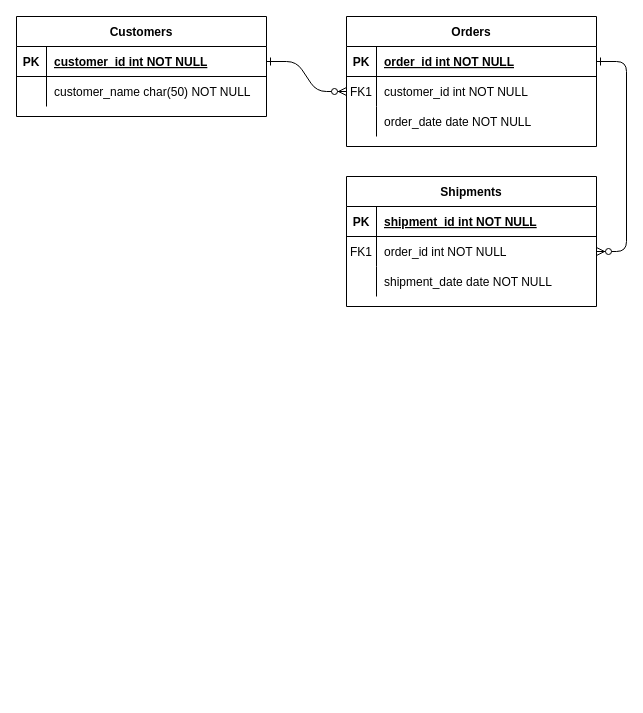
Earlier version of the draw.io diagram pertemuan3/Untitled Diagram.drawio (Nurrohman10/IF214002). Source tidied: cells renumbered, new cells numbered last; positions are measured from the earlier drawing's top-left corner, leaving out a move shared by most shapes. Both pictures are drawn from the tidied source at 100%, with x=0, y=0 at pixel (16, 16).
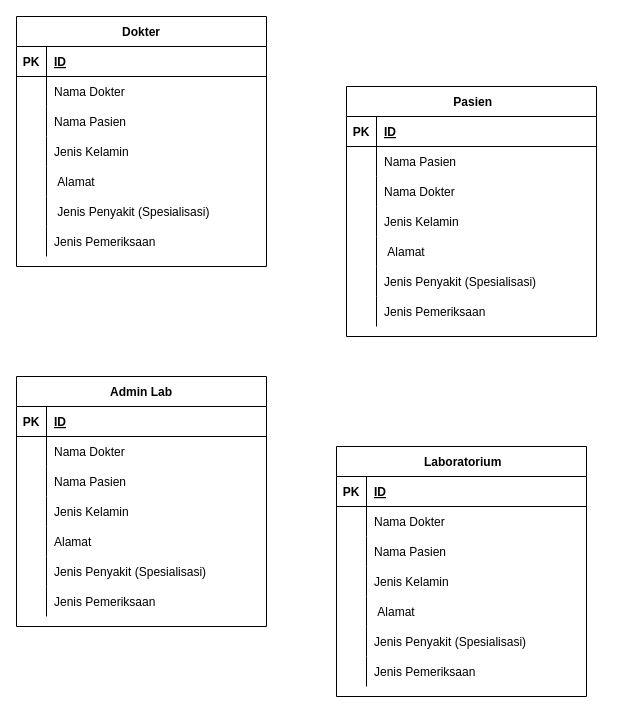
The same page after the edit.

The change refers to these unchanged cells:
```xml
<mxCell id="5" style="shape=partialRectangle;fillColor=none;points=[[0,0.5],[1,0.5]];portConstraint=eastwest;top=0;left=0;right=0;bottom=1;" parent="4" vertex="1">
  <mxGeometry y="30" width="250" height="30" as="geometry" />
</mxCell>
<mxCell id="8" style="shape=partialRectangle;fillColor=none;points=[[0,0.5],[1,0.5]];portConstraint=eastwest;top=0;left=0;right=0;bottom=0;" parent="4" vertex="1">
  <mxGeometry y="60" width="250" height="30" as="geometry" />
</mxCell>
<mxCell id="11" style="shape=partialRectangle;fillColor=none;top=0;left=0;right=0;bottom=0;" parent="4" vertex="1">
  <mxGeometry y="90" width="250" height="30" as="geometry" />
</mxCell>
<mxCell id="15" style="shape=partialRectangle;fillColor=none;top=0;left=0;right=0;bottom=1;" parent="14" vertex="1">
  <mxGeometry y="30" width="250" height="30" as="geometry" />
</mxCell>
<mxCell id="18" style="shape=partialRectangle;fillColor=none;points=[[0,0.5],[1,0.5]];portConstraint=eastwest;top=0;left=0;right=0;bottom=0;" parent="14" vertex="1">
  <mxGeometry y="60" width="250" height="30" as="geometry" />
</mxCell>
<mxCell id="21" style="shape=partialRectangle;fillColor=none;top=0;left=0;right=0;bottom=0;" parent="14" vertex="1">
  <mxGeometry y="90" width="250" height="30" as="geometry" />
</mxCell>
<mxCell id="25" style="shape=partialRectangle;fillColor=none;points=[[0,0.5],[1,0.5]];portConstraint=eastwest;top=0;left=0;right=0;bottom=1;" parent="24" vertex="1">
  <mxGeometry y="30" width="250" height="30" as="geometry" />
</mxCell>
<mxCell id="28" style="shape=partialRectangle;fillColor=none;top=0;left=0;right=0;bottom=0;" parent="24" vertex="1">
  <mxGeometry y="60" width="250" height="30" as="geometry" />
</mxCell>
```

Change to the diagram source:
```diff
@@
-    <mxCell id="2" style="edgeStyle=entityRelationEdgeStyle;endArrow=ERzeroToMany;startArrow=ERone;endFill=1;startFill=0;" parent="1" edge="1" source="25" target="8">
-      <mxGeometry relative="1" as="geometry" />
-    </mxCell>
-    <mxCell id="3" style="edgeStyle=entityRelationEdgeStyle;endArrow=ERzeroToMany;startArrow=ERone;endFill=1;startFill=0;" parent="1" edge="1" source="5" target="18">
-      <mxGeometry relative="1" as="geometry" />
-    </mxCell>
-    <mxCell id="4" value="Orders" style="shape=table;startSize=30;childLayout=tableLayout;rowLines=0;fontStyle=1;align=center;" parent="1" vertex="1">
-      <mxGeometry x="330" width="250" height="130" as="geometry" />
+    <mxCell id="4" value=" Pasien" style="shape=table;startSize=30;childLayout=tableLayout;rowLines=0;fontStyle=1;align=center;" parent="1" vertex="1">
+      <mxGeometry x="330" y="70" width="250" height="250" as="geometry" />
     </mxCell>
@@
-    <mxCell id="7" value="order_id int NOT NULL " style="shape=partialRectangle;overflow=hidden;fillColor=none;top=0;left=0;bottom=0;right=0;align=left;spacingLeft=6;fontStyle=5;" parent="5" vertex="1">
+    <mxCell id="7" value="ID" style="shape=partialRectangle;overflow=hidden;fillColor=none;top=0;left=0;bottom=0;right=0;align=left;spacingLeft=6;fontStyle=5;" parent="5" vertex="1">
       <mxGeometry x="30" width="220" height="30" as="geometry" />
     </mxCell>
@@
-    <mxCell id="9" value="FK1" style="shape=partialRectangle;overflow=hidden;fillColor=none;top=0;left=0;bottom=0;right=0;" parent="8" vertex="1">
+    <mxCell id="9" style="shape=partialRectangle;overflow=hidden;fillColor=none;top=0;left=0;bottom=0;right=0;" parent="8" vertex="1">
       <mxGeometry width="30" height="30" as="geometry" />
     </mxCell>
-    <mxCell id="10" value="customer_id int NOT NULL" style="shape=partialRectangle;overflow=hidden;fillColor=none;top=0;left=0;bottom=0;right=0;align=left;spacingLeft=6;" parent="8" vertex="1">
+    <mxCell id="10" value="Nama Pasien" style="shape=partialRectangle;overflow=hidden;fillColor=none;top=0;left=0;bottom=0;right=0;align=left;spacingLeft=6;" parent="8" vertex="1">
       <mxGeometry x="30" width="220" height="30" as="geometry" />
     </mxCell>
@@
-    <mxCell id="13" value="order_date date NOT NULL" style="shape=partialRectangle;overflow=hidden;fillColor=none;top=0;left=0;bottom=0;right=0;align=left;spacingLeft=6;" parent="11" vertex="1">
+    <mxCell id="13" value="Nama Dokter" style="shape=partialRectangle;overflow=hidden;fillColor=none;top=0;left=0;bottom=0;right=0;align=left;spacingLeft=6;" parent="11" vertex="1">
       <mxGeometry x="30" width="220" height="30" as="geometry" />
     </mxCell>
+    <mxCell id="31" style="shape=partialRectangle;fillColor=none;top=0;left=0;right=0;bottom=0;" parent="4" vertex="1">
+      <mxGeometry y="120" width="250" height="30" as="geometry" />
+    </mxCell>
+    <mxCell id="32" style="shape=partialRectangle;overflow=hidden;fillColor=none;top=0;left=0;bottom=0;right=0;" parent="31" vertex="1">
+      <mxGeometry width="30" height="30" as="geometry" />
+    </mxCell>
+    <mxCell id="33" value="Jenis Kelamin" style="shape=partialRectangle;overflow=hidden;fillColor=none;top=0;left=0;bottom=0;right=0;align=left;spacingLeft=6;" parent="31" vertex="1">
+      <mxGeometry x="30" width="220" height="30" as="geometry" />
+    </mxCell>
+    <mxCell id="34" style="shape=partialRectangle;fillColor=none;top=0;left=0;right=0;bottom=0;" parent="4" vertex="1">
+      <mxGeometry y="150" width="250" height="30" as="geometry" />
+    </mxCell>
+    <mxCell id="35" style="shape=partialRectangle;overflow=hidden;fillColor=none;top=0;left=0;bottom=0;right=0;" parent="34" vertex="1">
+      <mxGeometry width="30" height="30" as="geometry" />
+    </mxCell>
+    <mxCell id="36" value=" Alamat" style="shape=partialRectangle;overflow=hidden;fillColor=none;top=0;left=0;bottom=0;right=0;align=left;spacingLeft=6;" parent="34" vertex="1">
+      <mxGeometry x="30" width="220" height="30" as="geometry" />
+    </mxCell>
+    <mxCell id="37" style="shape=partialRectangle;fillColor=none;top=0;left=0;right=0;bottom=0;" parent="4" vertex="1">
+      <mxGeometry y="180" width="250" height="30" as="geometry" />
+    </mxCell>
+    <mxCell id="38" style="shape=partialRectangle;overflow=hidden;fillColor=none;top=0;left=0;bottom=0;right=0;" parent="37" vertex="1">
+      <mxGeometry width="30" height="30" as="geometry" />
+    </mxCell>
+    <mxCell id="39" value="Jenis Penyakit (Spesialisasi)" style="shape=partialRectangle;overflow=hidden;fillColor=none;top=0;left=0;bottom=0;right=0;align=left;spacingLeft=6;" parent="37" vertex="1">
+      <mxGeometry x="30" width="220" height="30" as="geometry" />
+    </mxCell>
+    <mxCell id="40" style="shape=partialRectangle;fillColor=none;top=0;left=0;right=0;bottom=0;" parent="4" vertex="1">
+      <mxGeometry y="210" width="250" height="30" as="geometry" />
+    </mxCell>
+    <mxCell id="41" style="shape=partialRectangle;overflow=hidden;fillColor=none;top=0;left=0;bottom=0;right=0;" parent="40" vertex="1">
+      <mxGeometry width="30" height="30" as="geometry" />
+    </mxCell>
+    <mxCell id="42" value="Jenis Pemeriksaan" style="shape=partialRectangle;overflow=hidden;fillColor=none;top=0;left=0;bottom=0;right=0;align=left;spacingLeft=6;" parent="40" vertex="1">
+      <mxGeometry x="30" width="220" height="30" as="geometry" />
+    </mxCell>
-    <mxCell id="14" value="Shipments" style="shape=table;startSize=30;childLayout=tableLayout;rowLines=0;fontStyle=1;align=center;" parent="1" vertex="1">
-      <mxGeometry x="330" y="160" width="250" height="130" as="geometry" />
+    <mxCell id="14" value=" Laboratorium" style="shape=table;startSize=30;childLayout=tableLayout;rowLines=0;fontStyle=1;align=center;" parent="1" vertex="1">
+      <mxGeometry x="320" y="430" width="250" height="250" as="geometry" />
     </mxCell>
@@
-    <mxCell id="17" value="shipment_id int NOT NULL " style="shape=partialRectangle;overflow=hidden;fillColor=none;top=0;left=0;bottom=0;right=0;align=left;spacingLeft=6;fontStyle=5;" parent="15" vertex="1">
+    <mxCell id="17" value="ID" style="shape=partialRectangle;overflow=hidden;fillColor=none;top=0;left=0;bottom=0;right=0;align=left;spacingLeft=6;fontStyle=5;" parent="15" vertex="1">
       <mxGeometry x="30" width="220" height="30" as="geometry" />
     </mxCell>
@@
-    <mxCell id="19" value="FK1" style="shape=partialRectangle;overflow=hidden;fillColor=none;top=0;left=0;bottom=0;right=0;" parent="18" vertex="1">
+    <mxCell id="19" style="shape=partialRectangle;overflow=hidden;fillColor=none;top=0;left=0;bottom=0;right=0;" parent="18" vertex="1">
       <mxGeometry width="30" height="30" as="geometry" />
     </mxCell>
-    <mxCell id="20" value="order_id int NOT NULL" style="shape=partialRectangle;overflow=hidden;fillColor=none;top=0;left=0;bottom=0;right=0;align=left;spacingLeft=6;" parent="18" vertex="1">
+    <mxCell id="20" value="Nama Dokter" style="shape=partialRectangle;overflow=hidden;fillColor=none;top=0;left=0;bottom=0;right=0;align=left;spacingLeft=6;" parent="18" vertex="1">
       <mxGeometry x="30" width="220" height="30" as="geometry" />
     </mxCell>
@@
-    <mxCell id="23" value="shipment_date date NOT NULL" style="shape=partialRectangle;overflow=hidden;fillColor=none;top=0;left=0;bottom=0;right=0;align=left;spacingLeft=6;" parent="21" vertex="1">
+    <mxCell id="23" value="Nama Pasien" style="shape=partialRectangle;overflow=hidden;fillColor=none;top=0;left=0;bottom=0;right=0;align=left;spacingLeft=6;" parent="21" vertex="1">
       <mxGeometry x="30" width="220" height="30" as="geometry" />
     </mxCell>
+    <mxCell id="43" style="shape=partialRectangle;fillColor=none;top=0;left=0;right=0;bottom=0;" parent="14" vertex="1">
+      <mxGeometry y="120" width="250" height="30" as="geometry" />
+    </mxCell>
+    <mxCell id="44" style="shape=partialRectangle;overflow=hidden;fillColor=none;top=0;left=0;bottom=0;right=0;" parent="43" vertex="1">
+      <mxGeometry width="30" height="30" as="geometry" />
+    </mxCell>
+    <mxCell id="45" value="Jenis Kelamin" style="shape=partialRectangle;overflow=hidden;fillColor=none;top=0;left=0;bottom=0;right=0;align=left;spacingLeft=6;" parent="43" vertex="1">
+      <mxGeometry x="30" width="220" height="30" as="geometry" />
+    </mxCell>
+    <mxCell id="46" style="shape=partialRectangle;fillColor=none;top=0;left=0;right=0;bottom=0;" parent="14" vertex="1">
+      <mxGeometry y="150" width="250" height="30" as="geometry" />
+    </mxCell>
+    <mxCell id="47" style="shape=partialRectangle;overflow=hidden;fillColor=none;top=0;left=0;bottom=0;right=0;" parent="46" vertex="1">
+      <mxGeometry width="30" height="30" as="geometry" />
+    </mxCell>
+    <mxCell id="48" value=" Alamat" style="shape=partialRectangle;overflow=hidden;fillColor=none;top=0;left=0;bottom=0;right=0;align=left;spacingLeft=6;" parent="46" vertex="1">
+      <mxGeometry x="30" width="220" height="30" as="geometry" />
+    </mxCell>
+    <mxCell id="49" style="shape=partialRectangle;fillColor=none;top=0;left=0;right=0;bottom=0;" parent="14" vertex="1">
+      <mxGeometry y="180" width="250" height="30" as="geometry" />
+    </mxCell>
+    <mxCell id="50" style="shape=partialRectangle;overflow=hidden;fillColor=none;top=0;left=0;bottom=0;right=0;" parent="49" vertex="1">
+      <mxGeometry width="30" height="30" as="geometry" />
+    </mxCell>
+    <mxCell id="51" value="Jenis Penyakit (Spesialisasi)" style="shape=partialRectangle;overflow=hidden;fillColor=none;top=0;left=0;bottom=0;right=0;align=left;spacingLeft=6;" parent="49" vertex="1">
+      <mxGeometry x="30" width="220" height="30" as="geometry" />
+    </mxCell>
+    <mxCell id="52" style="shape=partialRectangle;fillColor=none;top=0;left=0;right=0;bottom=0;" parent="14" vertex="1">
+      <mxGeometry y="210" width="250" height="30" as="geometry" />
+    </mxCell>
+    <mxCell id="53" style="shape=partialRectangle;overflow=hidden;fillColor=none;top=0;left=0;bottom=0;right=0;" parent="52" vertex="1">
+      <mxGeometry width="30" height="30" as="geometry" />
+    </mxCell>
+    <mxCell id="54" value="Jenis Pemeriksaan" style="shape=partialRectangle;overflow=hidden;fillColor=none;top=0;left=0;bottom=0;right=0;align=left;spacingLeft=6;" parent="52" vertex="1">
+      <mxGeometry x="30" width="220" height="30" as="geometry" />
+    </mxCell>
-    <mxCell id="24" value="Customers" style="shape=table;startSize=30;childLayout=tableLayout;rowLines=0;fontStyle=1;align=center;" parent="1" vertex="1">
-      <mxGeometry width="250" height="100" as="geometry" />
+    <mxCell id="24" value="Dokter" style="shape=table;startSize=30;childLayout=tableLayout;rowLines=0;fontStyle=1;align=center;" parent="1" vertex="1">
+      <mxGeometry width="250" height="250" as="geometry" />
     </mxCell>
@@
-    <mxCell id="27" value="customer_id int NOT NULL " style="shape=partialRectangle;overflow=hidden;fillColor=none;top=0;left=0;bottom=0;right=0;align=left;spacingLeft=6;fontStyle=5;" parent="25" vertex="1">
+    <mxCell id="27" value="ID" style="shape=partialRectangle;overflow=hidden;fillColor=none;top=0;left=0;bottom=0;right=0;align=left;spacingLeft=6;fontStyle=5;" parent="25" vertex="1">
       <mxGeometry x="30" width="220" height="30" as="geometry" />
     </mxCell>
@@
-    <mxCell id="30" value="customer_name char(50) NOT NULL" style="shape=partialRectangle;overflow=hidden;fillColor=none;top=0;left=0;bottom=0;right=0;align=left;spacingLeft=6;" parent="28" vertex="1">
+    <mxCell id="30" value="Nama Dokter" style="shape=partialRectangle;overflow=hidden;fillColor=none;top=0;left=0;bottom=0;right=0;align=left;spacingLeft=6;" parent="28" vertex="1">
       <mxGeometry x="30" width="220" height="30" as="geometry" />
     </mxCell>
+    <mxCell id="55" style="shape=partialRectangle;fillColor=none;top=0;left=0;right=0;bottom=0;" parent="24" vertex="1">
+      <mxGeometry y="90" width="250" height="30" as="geometry" />
+    </mxCell>
+    <mxCell id="56" style="shape=partialRectangle;overflow=hidden;fillColor=none;top=0;left=0;bottom=0;right=0;" parent="55" vertex="1">
+      <mxGeometry width="30" height="30" as="geometry" />
+    </mxCell>
+    <mxCell id="57" value="Nama Pasien" style="shape=partialRectangle;overflow=hidden;fillColor=none;top=0;left=0;bottom=0;right=0;align=left;spacingLeft=6;" parent="55" vertex="1">
+      <mxGeometry x="30" width="220" height="30" as="geometry" />
+    </mxCell>
+    <mxCell id="58" style="shape=partialRectangle;fillColor=none;top=0;left=0;right=0;bottom=0;" parent="24" vertex="1">
+      <mxGeometry y="120" width="250" height="30" as="geometry" />
+    </mxCell>
+    <mxCell id="59" style="shape=partialRectangle;overflow=hidden;fillColor=none;top=0;left=0;bottom=0;right=0;" parent="58" vertex="1">
+      <mxGeometry width="30" height="30" as="geometry" />
+    </mxCell>
+    <mxCell id="60" value="Jenis Kelamin" style="shape=partialRectangle;overflow=hidden;fillColor=none;top=0;left=0;bottom=0;right=0;align=left;spacingLeft=6;" parent="58" vertex="1">
+      <mxGeometry x="30" width="220" height="30" as="geometry" />
+    </mxCell>
+    <mxCell id="61" style="shape=partialRectangle;fillColor=none;top=0;left=0;right=0;bottom=0;" parent="24" vertex="1">
+      <mxGeometry y="150" width="250" height="30" as="geometry" />
+    </mxCell>
+    <mxCell id="62" style="shape=partialRectangle;overflow=hidden;fillColor=none;top=0;left=0;bottom=0;right=0;" parent="61" vertex="1">
+      <mxGeometry width="30" height="30" as="geometry" />
+    </mxCell>
+    <mxCell id="63" value=" Alamat" style="shape=partialRectangle;overflow=hidden;fillColor=none;top=0;left=0;bottom=0;right=0;align=left;spacingLeft=6;" parent="61" vertex="1">
+      <mxGeometry x="30" width="220" height="30" as="geometry" />
+    </mxCell>
+    <mxCell id="64" style="shape=partialRectangle;fillColor=none;top=0;left=0;right=0;bottom=0;" parent="24" vertex="1">
+      <mxGeometry y="180" width="250" height="30" as="geometry" />
+    </mxCell>
+    <mxCell id="65" style="shape=partialRectangle;overflow=hidden;fillColor=none;top=0;left=0;bottom=0;right=0;" parent="64" vertex="1">
+      <mxGeometry width="30" height="30" as="geometry" />
+    </mxCell>
+    <mxCell id="66" value=" Jenis Penyakit (Spesialisasi)" style="shape=partialRectangle;overflow=hidden;fillColor=none;top=0;left=0;bottom=0;right=0;align=left;spacingLeft=6;" parent="64" vertex="1">
+      <mxGeometry x="30" width="220" height="30" as="geometry" />
+    </mxCell>
+    <mxCell id="67" style="shape=partialRectangle;fillColor=none;top=0;left=0;right=0;bottom=0;" parent="24" vertex="1">
+      <mxGeometry y="210" width="250" height="30" as="geometry" />
+    </mxCell>
+    <mxCell id="68" style="shape=partialRectangle;overflow=hidden;fillColor=none;top=0;left=0;bottom=0;right=0;" parent="67" vertex="1">
+      <mxGeometry width="30" height="30" as="geometry" />
+    </mxCell>
+    <mxCell id="69" value="Jenis Pemeriksaan" style="shape=partialRectangle;overflow=hidden;fillColor=none;top=0;left=0;bottom=0;right=0;align=left;spacingLeft=6;" parent="67" vertex="1">
+      <mxGeometry x="30" width="220" height="30" as="geometry" />
+    </mxCell>
+    <mxCell id="70" value="Admin Lab" style="shape=table;startSize=30;childLayout=tableLayout;rowLines=0;fontStyle=1;align=center;" parent="1" vertex="1">
+      <mxGeometry y="360" width="250" height="250" as="geometry" />
+    </mxCell>
+    <mxCell id="71" style="shape=partialRectangle;fillColor=none;top=0;left=0;right=0;bottom=1;" parent="70" vertex="1">
+      <mxGeometry y="30" width="250" height="30" as="geometry" />
+    </mxCell>
+    <mxCell id="72" value="PK" style="shape=partialRectangle;overflow=hidden;fillColor=none;top=0;left=0;bottom=0;right=0;fontStyle=1;" parent="71" vertex="1">
+      <mxGeometry width="30" height="30" as="geometry" />
+    </mxCell>
+    <mxCell id="73" value="ID" style="shape=partialRectangle;overflow=hidden;fillColor=none;top=0;left=0;bottom=0;right=0;align=left;spacingLeft=6;fontStyle=5;" parent="71" vertex="1">
+      <mxGeometry x="30" width="220" height="30" as="geometry" />
+    </mxCell>
+    <mxCell id="74" style="shape=partialRectangle;fillColor=none;top=0;left=0;right=0;bottom=0;" parent="70" vertex="1">
+      <mxGeometry y="60" width="250" height="30" as="geometry" />
+    </mxCell>
+    <mxCell id="75" style="shape=partialRectangle;overflow=hidden;fillColor=none;top=0;left=0;bottom=0;right=0;" parent="74" vertex="1">
+      <mxGeometry width="30" height="30" as="geometry" />
+    </mxCell>
+    <mxCell id="76" value="Nama Dokter" style="shape=partialRectangle;overflow=hidden;fillColor=none;top=0;left=0;bottom=0;right=0;align=left;spacingLeft=6;" parent="74" vertex="1">
+      <mxGeometry x="30" width="220" height="30" as="geometry" />
+    </mxCell>
+    <mxCell id="77" style="shape=partialRectangle;fillColor=none;top=0;left=0;right=0;bottom=0;" parent="70" vertex="1">
+      <mxGeometry y="90" width="250" height="30" as="geometry" />
+    </mxCell>
+    <mxCell id="78" style="shape=partialRectangle;overflow=hidden;fillColor=none;top=0;left=0;bottom=0;right=0;" parent="77" vertex="1">
+      <mxGeometry width="30" height="30" as="geometry" />
+    </mxCell>
+    <mxCell id="79" value="Nama Pasien" style="shape=partialRectangle;overflow=hidden;fillColor=none;top=0;left=0;bottom=0;right=0;align=left;spacingLeft=6;" parent="77" vertex="1">
+      <mxGeometry x="30" width="220" height="30" as="geometry" />
+    </mxCell>
+    <mxCell id="80" style="shape=partialRectangle;fillColor=none;top=0;left=0;right=0;bottom=0;" parent="70" vertex="1">
+      <mxGeometry y="120" width="250" height="30" as="geometry" />
+    </mxCell>
+    <mxCell id="81" style="shape=partialRectangle;overflow=hidden;fillColor=none;top=0;left=0;bottom=0;right=0;" parent="80" vertex="1">
+      <mxGeometry width="30" height="30" as="geometry" />
+    </mxCell>
+    <mxCell id="82" value="Jenis Kelamin" style="shape=partialRectangle;overflow=hidden;fillColor=none;top=0;left=0;bottom=0;right=0;align=left;spacingLeft=6;" parent="80" vertex="1">
+      <mxGeometry x="30" width="220" height="30" as="geometry" />
+    </mxCell>
+    <mxCell id="83" style="shape=partialRectangle;fillColor=none;top=0;left=0;right=0;bottom=0;" parent="70" vertex="1">
+      <mxGeometry y="150" width="250" height="30" as="geometry" />
+    </mxCell>
+    <mxCell id="84" style="shape=partialRectangle;overflow=hidden;fillColor=none;top=0;left=0;bottom=0;right=0;" parent="83" vertex="1">
+      <mxGeometry width="30" height="30" as="geometry" />
+    </mxCell>
+    <mxCell id="85" value="Alamat" style="shape=partialRectangle;overflow=hidden;fillColor=none;top=0;left=0;bottom=0;right=0;align=left;spacingLeft=6;" parent="83" vertex="1">
+      <mxGeometry x="30" width="220" height="30" as="geometry" />
+    </mxCell>
+    <mxCell id="86" style="shape=partialRectangle;fillColor=none;top=0;left=0;right=0;bottom=0;" parent="70" vertex="1">
+      <mxGeometry y="180" width="250" height="30" as="geometry" />
+    </mxCell>
+    <mxCell id="87" style="shape=partialRectangle;overflow=hidden;fillColor=none;top=0;left=0;bottom=0;right=0;" parent="86" vertex="1">
+      <mxGeometry width="30" height="30" as="geometry" />
+    </mxCell>
+    <mxCell id="88" value="Jenis Penyakit (Spesialisasi)" style="shape=partialRectangle;overflow=hidden;fillColor=none;top=0;left=0;bottom=0;right=0;align=left;spacingLeft=6;" parent="86" vertex="1">
+      <mxGeometry x="30" width="220" height="30" as="geometry" />
+    </mxCell>
+    <mxCell id="89" style="shape=partialRectangle;fillColor=none;top=0;left=0;right=0;bottom=0;" parent="70" vertex="1">
+      <mxGeometry y="210" width="250" height="30" as="geometry" />
+    </mxCell>
+    <mxCell id="90" style="shape=partialRectangle;overflow=hidden;fillColor=none;top=0;left=0;bottom=0;right=0;" parent="89" vertex="1">
+      <mxGeometry width="30" height="30" as="geometry" />
+    </mxCell>
+    <mxCell id="91" value="Jenis Pemeriksaan" style="shape=partialRectangle;overflow=hidden;fillColor=none;top=0;left=0;bottom=0;right=0;align=left;spacingLeft=6;" parent="89" vertex="1">
+      <mxGeometry x="30" width="220" height="30" as="geometry" />
+    </mxCell>
```
